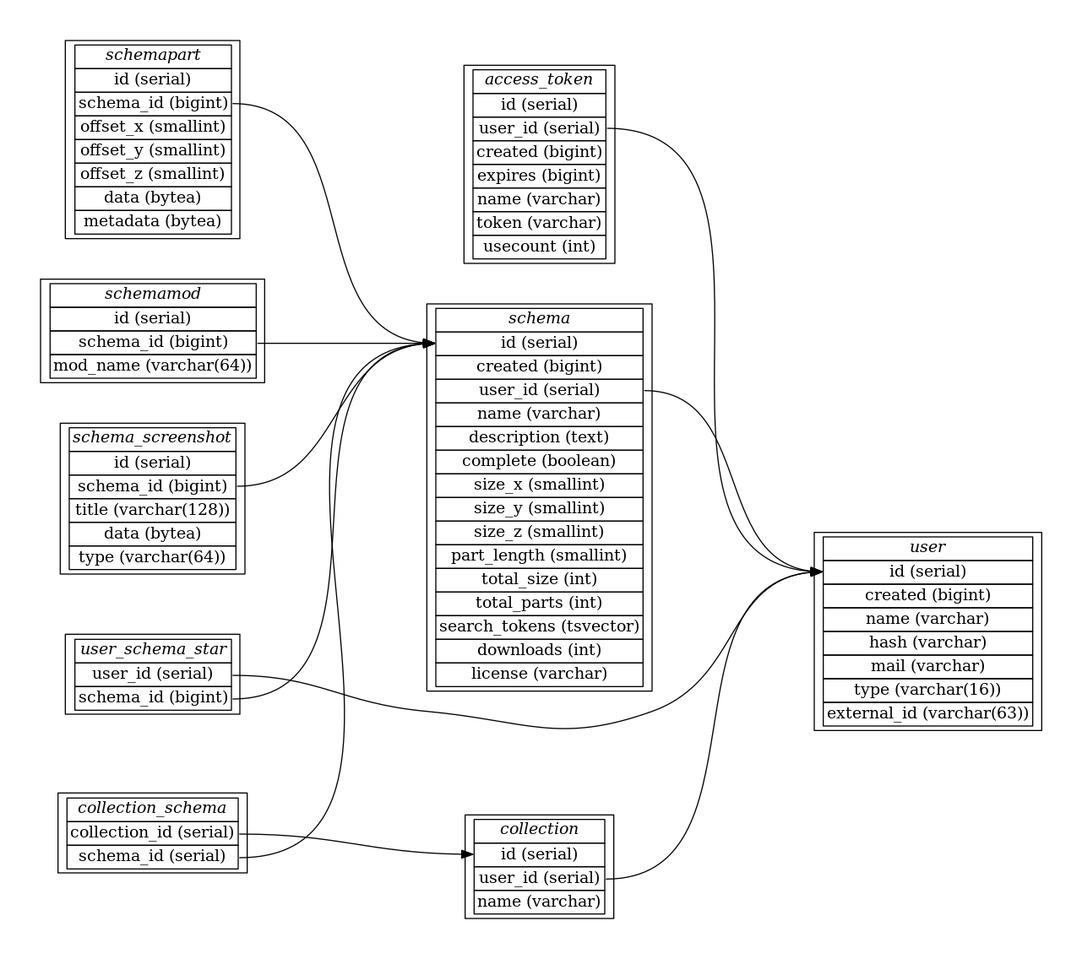
This is doc/database.png from blockexchange/blockexchange_server, a Graphviz export, as it was before one commit. Its source is kept beside it as doc/database.dot.
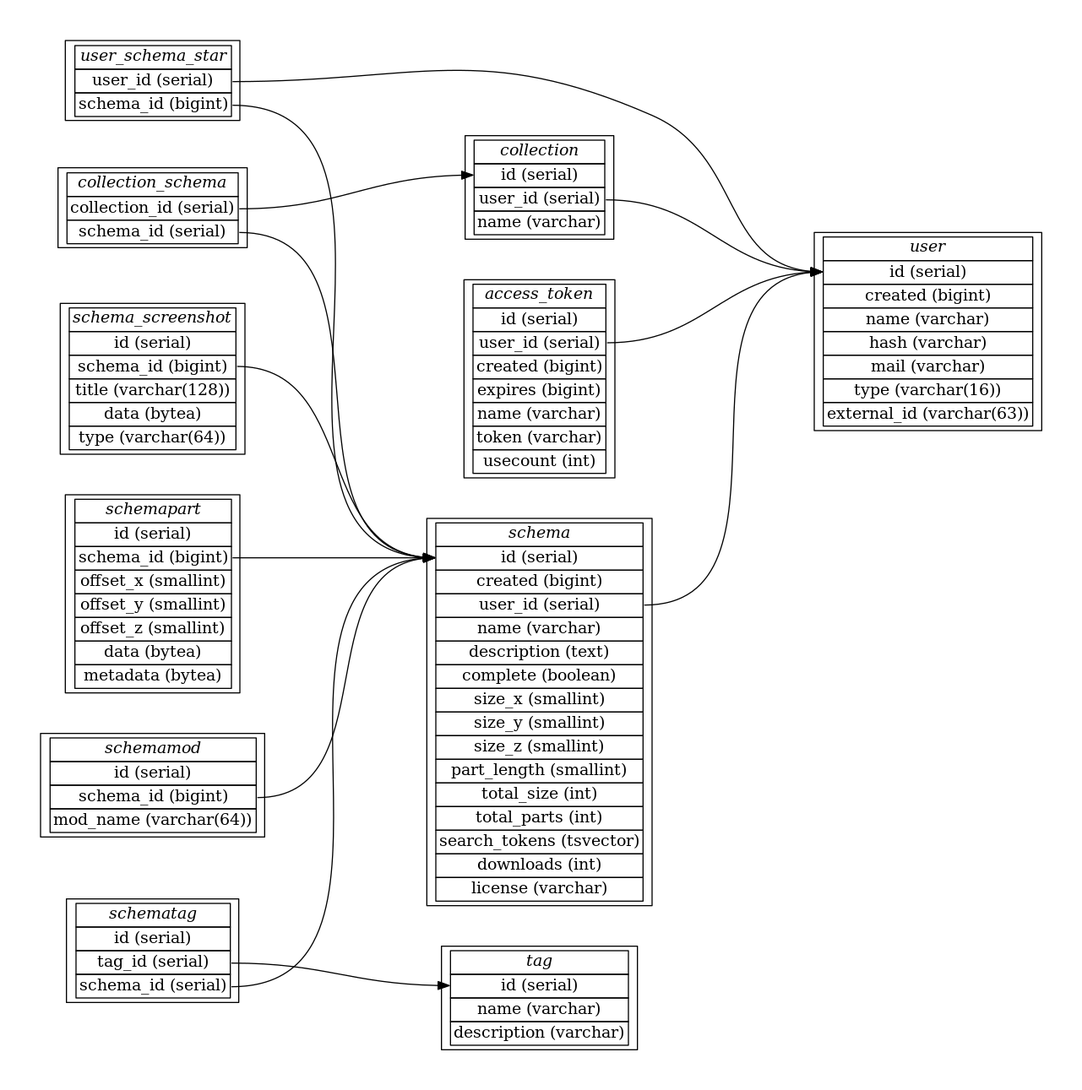
After the change.

Commit message:
formatting / add "tag" to db schema

The edit, as a diff of the source:
```diff
@@ -94,12 +94,30 @@
 	</table>>];
 
 	collection_schema [label=<
-	<table border="0" cellborder="1" cellspacing="0">
-	  <tr><td><i>collection_schema</i></td></tr>
+		<table border="0" cellborder="1" cellspacing="0">
+		<tr><td><i>collection_schema</i></td></tr>
 		<tr><td port="61">collection_id (serial)</td></tr>
 		<tr><td port="62">schema_id (serial)</td></tr>
 	</table>>];
 
+	tag [label=<
+	<table border="0" cellborder="1" cellspacing="0">
+		<tr><td><i>tag</i></td></tr>
+		<tr><td port="70">id (serial)</td></tr>
+		<tr><td port="71">name (varchar)</td></tr>
+		<tr><td port="72">description (varchar)</td></tr>
+	</table>>];
+
+	schematag [label=<
+	<table border="0" cellborder="1" cellspacing="0">
+		<tr><td><i>schematag</i></td></tr>
+		<tr><td port="80">id (serial)</td></tr>
+		<tr><td port="81">tag_id (serial)</td></tr>
+		<tr><td port="82">schema_id (serial)</td></tr>
+	</table>>];
+
+	schematag:81 -> tag:70;
+	schematag:82 -> schema:6;
 	collection_schema:62 -> schema:6;
 	collection_schema:61 -> collection:50;
 	collection:51 -> user:1;
```
